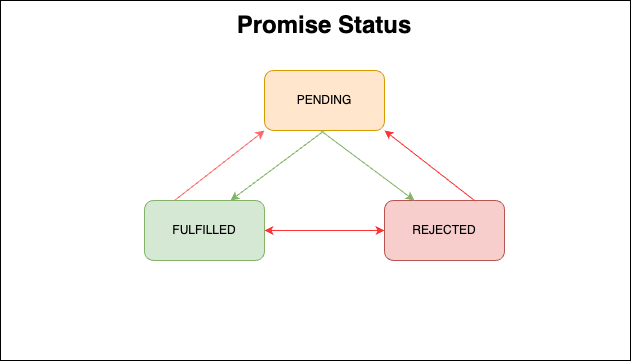
Before: promise/imgs/未命名绘图.drawio.png, a diagram exported from draw.io (nangong1994/Interview). Source tidied: cells renumbered, new cells last; positions are measured from the earlier drawing's top-left corner, leaving out a move shared by most shapes.
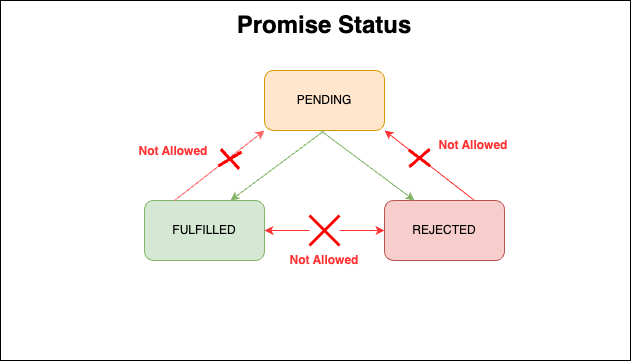
The same file after the commit.

Commit message:
更新未命名绘图.drawio.png

What changed in the source:
```diff
@@ -27,7 +27,7 @@
         <mxPoint x="320" y="130" as="sourcePoint" />
       </mxGeometry>
     </mxCell>
-    <mxCell id="9" style="endArrow=classic;html=1;rounded=0;exitX=1;exitY=0.5;exitDx=0;exitDy=0;entryX=0;entryY=0.5;entryDx=0;entryDy=0;startArrow=classic;startFill=1;strokeColor=#FF3333;" parent="1" edge="1" source="5" target="6">
+    <mxCell id="9" style="endArrow=classic;html=1;rounded=0;exitX=1;exitY=0.5;exitDx=0;exitDy=0;entryX=0;entryY=0.5;entryDx=0;entryDy=0;startArrow=none;startFill=1;strokeColor=#FF3333;" parent="1" edge="1" source="13" target="6">
       <mxGeometry relative="1" as="geometry" />
     </mxCell>
     <mxCell id="10" style="endArrow=classic;html=1;rounded=0;exitX=0.25;exitY=0;exitDx=0;exitDy=0;entryX=0;entryY=1;entryDx=0;entryDy=0;strokeColor=#FF6666;" parent="1" edge="1" source="5" target="4">
@@ -36,5 +36,26 @@
     <mxCell id="11" style="endArrow=classic;html=1;rounded=0;exitX=0.75;exitY=0;exitDx=0;exitDy=0;entryX=1;entryY=1;entryDx=0;entryDy=0;strokeColor=#FF3333;" parent="1" edge="1" source="6" target="4">
       <mxGeometry relative="1" as="geometry" />
     </mxCell>
+    <mxCell id="12" style="endArrow=none;html=1;rounded=0;exitX=1;exitY=0.5;exitDx=0;exitDy=0;entryX=0;entryY=0.5;entryDx=0;entryDy=0;startArrow=classic;startFill=1;strokeColor=#FF3333;" parent="1" edge="1" source="5" target="13">
+      <mxGeometry relative="1" as="geometry" />
+    </mxCell>
+    <mxCell id="13" style="shape=umlDestroy;whiteSpace=wrap;html=1;strokeWidth=3;targetShapes=umlLifeline;strokeColor=#FF0000;" parent="1" vertex="1">
+      <mxGeometry x="309" y="215" width="30" height="30" as="geometry" />
+    </mxCell>
+    <mxCell id="14" style="shape=umlDestroy;whiteSpace=wrap;html=1;strokeWidth=3;targetShapes=umlLifeline;strokeColor=#FF0000;rotation=8;" parent="1" vertex="1">
+      <mxGeometry x="219" y="150" width="21" height="17" as="geometry" />
+    </mxCell>
+    <mxCell id="15" style="shape=umlDestroy;whiteSpace=wrap;html=1;strokeWidth=3;targetShapes=umlLifeline;strokeColor=#FF0000;rotation=358;" parent="1" vertex="1">
+      <mxGeometry x="408.5" y="149" width="21" height="17" as="geometry" />
+    </mxCell>
+    <mxCell id="16" value="&lt;font color=&quot;#ff3333&quot;&gt;&lt;b&gt;Not Allowed&lt;/b&gt;&lt;/font&gt;" style="text;html=1;strokeColor=none;fillColor=none;align=center;verticalAlign=middle;whiteSpace=wrap;rounded=0;" parent="1" vertex="1">
+      <mxGeometry x="271" y="245" width="106" height="30" as="geometry" />
+    </mxCell>
+    <mxCell id="17" value="&lt;font color=&quot;#ff3333&quot;&gt;&lt;b&gt;Not Allowed&lt;/b&gt;&lt;/font&gt;" style="text;html=1;strokeColor=none;fillColor=none;align=center;verticalAlign=middle;whiteSpace=wrap;rounded=0;" parent="1" vertex="1">
+      <mxGeometry x="420" y="130" width="106" height="30" as="geometry" />
+    </mxCell>
+    <mxCell id="18" value="&lt;font color=&quot;#ff3333&quot;&gt;&lt;b&gt;Not Allowed&lt;/b&gt;&lt;/font&gt;" style="text;html=1;strokeColor=none;fillColor=none;align=center;verticalAlign=middle;whiteSpace=wrap;rounded=0;" parent="1" vertex="1">
+      <mxGeometry x="120" y="136" width="106" height="30" as="geometry" />
+    </mxCell>
   </root>
 </mxGraphModel>
```
